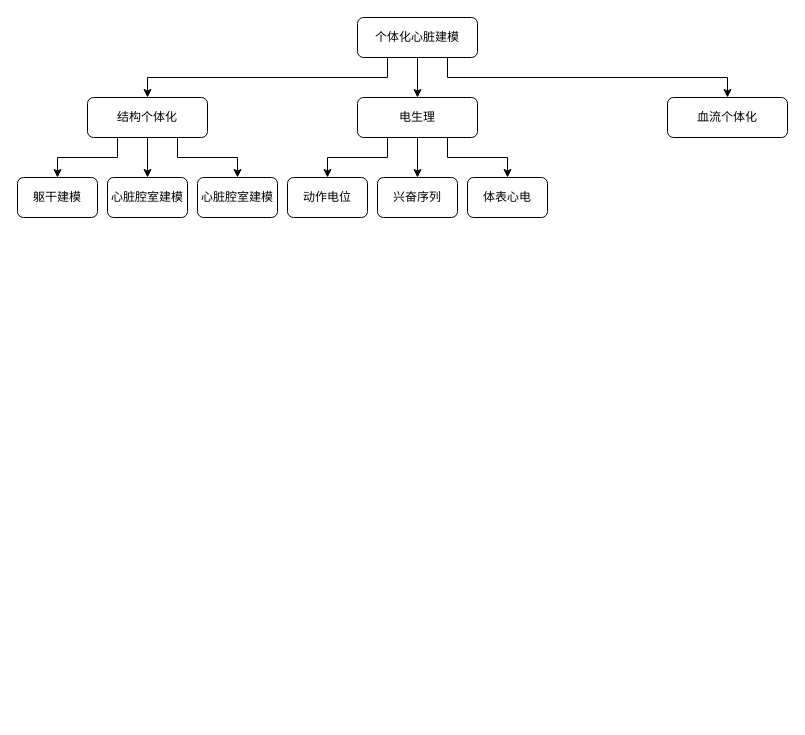
Vingoooo/Individual keeps this draw.io diagram as indi.drawio. Above is the earlier version. Source tidied: cells renumbered, new cells numbered last; positions are measured from the earlier drawing's top-left corner, leaving out a move shared by most shapes. Both pictures are drawn from the tidied source at 100%, with x=0, y=0 at pixel (17, 17).
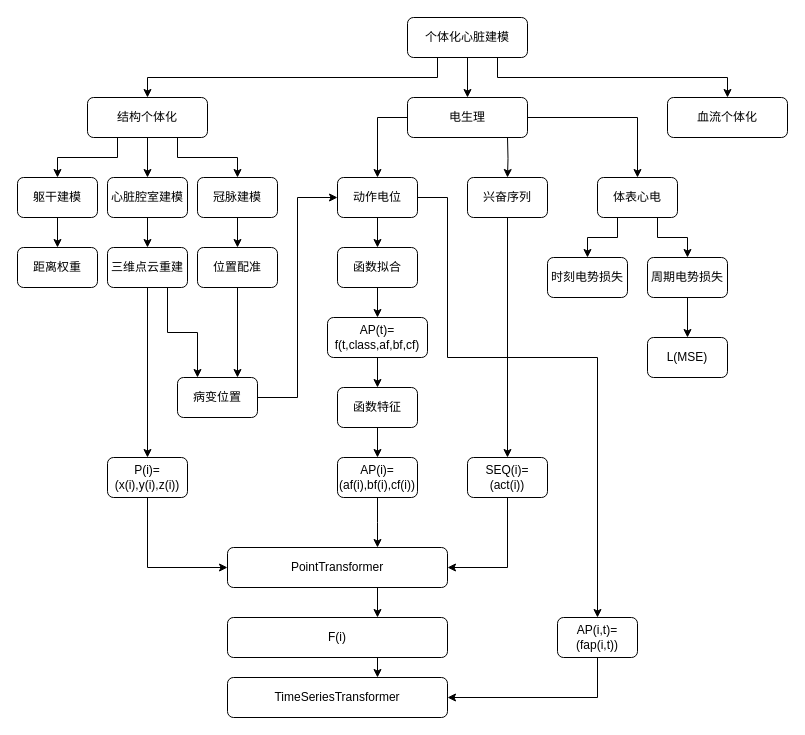
Above is the later version.

Unchanged cells that the change refers to:
```xml
<mxCell id="15" value="躯干建模" style="rounded=1;whiteSpace=wrap;html=1;fontSize=12;glass=0;strokeWidth=1;shadow=0;" parent="1" vertex="1">
  <mxGeometry y="160" width="80" height="40" as="geometry" />
</mxCell>
<mxCell id="16" value="心脏腔室建模" style="rounded=1;whiteSpace=wrap;html=1;fontSize=12;glass=0;strokeWidth=1;shadow=0;" parent="1" vertex="1">
  <mxGeometry x="90" y="160" width="80" height="40" as="geometry" />
</mxCell>
```

What changed in the source:
```diff
@@
     <mxCell id="9" value="个体化心脏建模" style="rounded=1;whiteSpace=wrap;html=1;fontSize=12;glass=0;strokeWidth=1;shadow=0;" parent="1" vertex="1">
-      <mxGeometry x="340" width="120" height="40" as="geometry" />
+      <mxGeometry x="390" width="120" height="40" as="geometry" />
     </mxCell>
-    <mxCell id="10" style="edgeStyle=orthogonalEdgeStyle;rounded=0;jettySize=auto;html=1;exitX=0.25;exitY=1;exitDx=0;exitDy=0;entryX=0.5;entryY=0;entryDx=0;entryDy=0;" parent="1" edge="1" source="13" target="18">
-      <mxGeometry relative="1" as="geometry" />
-    </mxCell>
-    <mxCell id="11" style="edgeStyle=orthogonalEdgeStyle;rounded=0;jettySize=auto;html=1;exitX=0.5;exitY=1;exitDx=0;exitDy=0;entryX=0.5;entryY=0;entryDx=0;entryDy=0;" parent="1" edge="1" source="13" target="19">
-      <mxGeometry relative="1" as="geometry" />
+    <mxCell id="11" style="edgeStyle=orthogonalEdgeStyle;rounded=0;jettySize=auto;html=1;exitX=0.5;exitY=1;exitDx=0;exitDy=0;entryX=0.5;entryY=0;entryDx=0;entryDy=0;" parent="1" edge="1" target="19">
+      <mxGeometry relative="1" as="geometry">
+        <mxPoint x="490" y="120" as="sourcePoint" />
+      </mxGeometry>
     </mxCell>
-    <mxCell id="12" style="edgeStyle=orthogonalEdgeStyle;rounded=0;jettySize=auto;html=1;exitX=0.75;exitY=1;exitDx=0;exitDy=0;" parent="1" edge="1" source="13" target="20">
+    <mxCell id="12" style="edgeStyle=orthogonalEdgeStyle;rounded=0;jettySize=auto;html=1;exitX=1;exitY=0.5;exitDx=0;exitDy=0;" parent="1" edge="1" source="13" target="20">
       <mxGeometry relative="1" as="geometry" />
     </mxCell>
+    <mxCell id="10" style="edgeStyle=orthogonalEdgeStyle;rounded=0;jettySize=auto;html=1;exitX=0;exitY=0.5;exitDx=0;exitDy=0;" parent="1" edge="1" source="13" target="18">
+      <mxGeometry relative="1" as="geometry" />
+    </mxCell>
     <mxCell id="13" value="电生理" style="rounded=1;whiteSpace=wrap;html=1;fontSize=12;glass=0;strokeWidth=1;shadow=0;" parent="1" vertex="1">
-      <mxGeometry x="340" y="80" width="120" height="40" as="geometry" />
+      <mxGeometry x="390" y="80" width="120" height="40" as="geometry" />
     </mxCell>
@@
+    <mxCell id="21" style="edgeStyle=orthogonalEdgeStyle;rounded=0;jettySize=auto;html=1;exitX=0.5;exitY=1;exitDx=0;exitDy=0;entryX=0.5;entryY=0;entryDx=0;entryDy=0;" parent="1" edge="1" source="15" target="59">
+      <mxGeometry relative="1" as="geometry" />
+    </mxCell>
@@
+    <mxCell id="22" style="edgeStyle=orthogonalEdgeStyle;rounded=0;jettySize=auto;html=1;exitX=0.5;exitY=1;exitDx=0;exitDy=0;entryX=0.5;entryY=0;entryDx=0;entryDy=0;" parent="1" edge="1" source="16" target="33">
+      <mxGeometry relative="1" as="geometry" />
+    </mxCell>
@@
+    <mxCell id="23" style="edgeStyle=orthogonalEdgeStyle;rounded=0;jettySize=auto;html=1;exitX=0.5;exitY=1;exitDx=0;exitDy=0;entryX=0.5;entryY=0;entryDx=0;entryDy=0;" parent="1" edge="1" source="17" target="56">
+      <mxGeometry relative="1" as="geometry" />
+    </mxCell>
-    <mxCell id="17" value="心脏腔室建模" style="rounded=1;whiteSpace=wrap;html=1;fontSize=12;glass=0;strokeWidth=1;shadow=0;" parent="1" vertex="1">
+    <mxCell id="17" value="冠脉建模" style="rounded=1;whiteSpace=wrap;html=1;fontSize=12;glass=0;strokeWidth=1;shadow=0;" parent="1" vertex="1">
       <mxGeometry x="180" y="160" width="80" height="40" as="geometry" />
     </mxCell>
+    <mxCell id="24" style="edgeStyle=orthogonalEdgeStyle;rounded=0;jettySize=auto;html=1;exitX=0.5;exitY=1;exitDx=0;exitDy=0;entryX=0.5;entryY=0;entryDx=0;entryDy=0;" parent="1" edge="1" source="18" target="30">
+      <mxGeometry relative="1" as="geometry" />
+    </mxCell>
+    <mxCell id="25" style="edgeStyle=orthogonalEdgeStyle;rounded=0;jettySize=auto;html=1;exitX=1;exitY=0.5;exitDx=0;exitDy=0;entryX=0.5;entryY=0;entryDx=0;entryDy=0;" parent="1" edge="1" source="18" target="49">
+      <mxGeometry relative="1" as="geometry">
+        <Array as="points">
+          <mxPoint x="430" y="180" />
+          <mxPoint x="430" y="340" />
+          <mxPoint x="580" y="340" />
+        </Array>
+      </mxGeometry>
+    </mxCell>
     <mxCell id="18" value="动作电位" style="rounded=1;whiteSpace=wrap;html=1;fontSize=12;glass=0;strokeWidth=1;shadow=0;" parent="1" vertex="1">
-      <mxGeometry x="270" y="160" width="80" height="40" as="geometry" />
+      <mxGeometry x="320" y="160" width="80" height="40" as="geometry" />
     </mxCell>
+    <mxCell id="26" style="edgeStyle=orthogonalEdgeStyle;rounded=0;jettySize=auto;html=1;exitX=0.5;exitY=1;exitDx=0;exitDy=0;entryX=0.5;entryY=0;entryDx=0;entryDy=0;" parent="1" edge="1" source="19" target="37">
+      <mxGeometry relative="1" as="geometry" />
+    </mxCell>
     <mxCell id="19" value="兴奋序列" style="rounded=1;whiteSpace=wrap;html=1;fontSize=12;glass=0;strokeWidth=1;shadow=0;" parent="1" vertex="1">
-      <mxGeometry x="360" y="160" width="80" height="40" as="geometry" />
+      <mxGeometry x="450" y="160" width="80" height="40" as="geometry" />
     </mxCell>
+    <mxCell id="27" style="edgeStyle=orthogonalEdgeStyle;rounded=0;jettySize=auto;html=1;exitX=0.25;exitY=1;exitDx=0;exitDy=0;entryX=0.5;entryY=0;entryDx=0;entryDy=0;" parent="1" edge="1" source="20" target="44">
+      <mxGeometry relative="1" as="geometry" />
+    </mxCell>
+    <mxCell id="28" style="edgeStyle=orthogonalEdgeStyle;rounded=0;jettySize=auto;html=1;exitX=0.75;exitY=1;exitDx=0;exitDy=0;" parent="1" edge="1" source="20" target="46">
+      <mxGeometry relative="1" as="geometry" />
+    </mxCell>
     <mxCell id="20" value="体表心电" style="rounded=1;whiteSpace=wrap;html=1;fontSize=12;glass=0;strokeWidth=1;shadow=0;" parent="1" vertex="1">
-      <mxGeometry x="450" y="160" width="80" height="40" as="geometry" />
+      <mxGeometry x="580" y="160" width="80" height="40" as="geometry" />
     </mxCell>
+    <mxCell id="29" style="edgeStyle=orthogonalEdgeStyle;rounded=0;jettySize=auto;html=1;exitX=0.5;exitY=1;exitDx=0;exitDy=0;entryX=0.5;entryY=0;entryDx=0;entryDy=0;" parent="1" edge="1" source="30">
+      <mxGeometry relative="1" as="geometry">
+        <mxPoint x="360" y="300" as="targetPoint" />
+      </mxGeometry>
+    </mxCell>
+    <mxCell id="30" value="函数拟合" style="rounded=1;whiteSpace=wrap;html=1;fontSize=12;glass=0;strokeWidth=1;shadow=0;" parent="1" vertex="1">
+      <mxGeometry x="320" y="230" width="80" height="40" as="geometry" />
+    </mxCell>
+    <mxCell id="31" style="edgeStyle=orthogonalEdgeStyle;rounded=0;jettySize=auto;html=1;exitX=0.5;exitY=1;exitDx=0;exitDy=0;entryX=0.5;entryY=0;entryDx=0;entryDy=0;" parent="1" edge="1" source="33" target="39">
+      <mxGeometry relative="1" as="geometry" />
+    </mxCell>
+    <mxCell id="32" style="edgeStyle=orthogonalEdgeStyle;rounded=0;jettySize=auto;html=1;exitX=0.75;exitY=1;exitDx=0;exitDy=0;entryX=0.25;entryY=0;entryDx=0;entryDy=0;" parent="1" edge="1" source="33" target="58">
+      <mxGeometry relative="1" as="geometry" />
+    </mxCell>
+    <mxCell id="33" value="三维点云重建" style="rounded=1;whiteSpace=wrap;html=1;fontSize=12;glass=0;strokeWidth=1;shadow=0;" parent="1" vertex="1">
+      <mxGeometry x="90" y="230" width="80" height="40" as="geometry" />
+    </mxCell>
+    <mxCell id="34" style="edgeStyle=orthogonalEdgeStyle;rounded=0;jettySize=auto;html=1;exitX=0.5;exitY=1;exitDx=0;exitDy=0;entryX=0.5;entryY=0;entryDx=0;entryDy=0;" parent="1" edge="1" target="41">
+      <mxGeometry relative="1" as="geometry">
+        <mxPoint x="360" y="340" as="sourcePoint" />
+      </mxGeometry>
+    </mxCell>
+    <mxCell id="35" value="AP(t)=&lt;div&gt;f(t,class,af,bf,cf)&lt;/div&gt;" style="rounded=1;whiteSpace=wrap;html=1;fontSize=12;glass=0;strokeWidth=1;shadow=0;" parent="1" vertex="1">
+      <mxGeometry x="310" y="300" width="100" height="40" as="geometry" />
+    </mxCell>
+    <mxCell id="36" style="edgeStyle=orthogonalEdgeStyle;rounded=0;jettySize=auto;html=1;exitX=0.5;exitY=1;exitDx=0;exitDy=0;entryX=1;entryY=0.5;entryDx=0;entryDy=0;" parent="1" edge="1" source="37" target="51">
+      <mxGeometry relative="1" as="geometry" />
+    </mxCell>
+    <mxCell id="37" value="SEQ(i)=&lt;div&gt;(act(i))&lt;/div&gt;" style="rounded=1;whiteSpace=wrap;html=1;fontSize=12;glass=0;strokeWidth=1;shadow=0;" parent="1" vertex="1">
+      <mxGeometry x="450" y="440" width="80" height="40" as="geometry" />
+    </mxCell>
+    <mxCell id="38" style="edgeStyle=orthogonalEdgeStyle;rounded=0;jettySize=auto;html=1;exitX=0.5;exitY=1;exitDx=0;exitDy=0;entryX=0;entryY=0.5;entryDx=0;entryDy=0;" parent="1" edge="1" source="39" target="51">
+      <mxGeometry relative="1" as="geometry">
+        <Array as="points">
+          <mxPoint x="130" y="550" />
+        </Array>
+      </mxGeometry>
+    </mxCell>
+    <mxCell id="39" value="P(i)=&lt;div&gt;(x(i),y(i),z(i))&lt;/div&gt;" style="rounded=1;whiteSpace=wrap;html=1;fontSize=12;glass=0;strokeWidth=1;shadow=0;" parent="1" vertex="1">
+      <mxGeometry x="90" y="440" width="80" height="40" as="geometry" />
+    </mxCell>
+    <mxCell id="40" style="edgeStyle=orthogonalEdgeStyle;rounded=0;jettySize=auto;html=1;exitX=0.5;exitY=1;exitDx=0;exitDy=0;" parent="1" edge="1" source="41" target="43">
+      <mxGeometry relative="1" as="geometry" />
+    </mxCell>
+    <mxCell id="41" value="函数特征" style="rounded=1;whiteSpace=wrap;html=1;fontSize=12;glass=0;strokeWidth=1;shadow=0;" parent="1" vertex="1">
+      <mxGeometry x="320" y="370" width="80" height="40" as="geometry" />
+    </mxCell>
+    <mxCell id="42" style="edgeStyle=orthogonalEdgeStyle;rounded=0;jettySize=auto;html=1;exitX=0.5;exitY=1;exitDx=0;exitDy=0;entryX=0.5;entryY=0;entryDx=0;entryDy=0;" parent="1" edge="1" source="43">
+      <mxGeometry relative="1" as="geometry">
+        <mxPoint x="360" y="530" as="targetPoint" />
+      </mxGeometry>
+    </mxCell>
+    <mxCell id="43" value="AP(i)=&lt;div&gt;(af(i),bf(i),cf(i))&lt;/div&gt;" style="rounded=1;whiteSpace=wrap;html=1;fontSize=12;glass=0;strokeWidth=1;shadow=0;" parent="1" vertex="1">
+      <mxGeometry x="320" y="440" width="80" height="40" as="geometry" />
+    </mxCell>
+    <mxCell id="44" value="时刻电势损失" style="rounded=1;whiteSpace=wrap;html=1;fontSize=12;glass=0;strokeWidth=1;shadow=0;" parent="1" vertex="1">
+      <mxGeometry x="530" y="240" width="80" height="40" as="geometry" />
+    </mxCell>
+    <mxCell id="45" style="edgeStyle=orthogonalEdgeStyle;rounded=0;jettySize=auto;html=1;exitX=0.5;exitY=1;exitDx=0;exitDy=0;" parent="1" edge="1" source="46" target="47">
+      <mxGeometry relative="1" as="geometry" />
+    </mxCell>
+    <mxCell id="46" value="周期电势损失" style="rounded=1;whiteSpace=wrap;html=1;fontSize=12;glass=0;strokeWidth=1;shadow=0;" parent="1" vertex="1">
+      <mxGeometry x="630" y="240" width="80" height="40" as="geometry" />
+    </mxCell>
+    <mxCell id="47" value="L(MSE)" style="rounded=1;whiteSpace=wrap;html=1;fontSize=12;glass=0;strokeWidth=1;shadow=0;" parent="1" vertex="1">
+      <mxGeometry x="630" y="320" width="80" height="40" as="geometry" />
+    </mxCell>
+    <mxCell id="48" style="edgeStyle=orthogonalEdgeStyle;rounded=0;jettySize=auto;html=1;exitX=0.5;exitY=1;exitDx=0;exitDy=0;entryX=1;entryY=0.5;entryDx=0;entryDy=0;" parent="1" edge="1" source="49" target="52">
+      <mxGeometry relative="1" as="geometry">
+        <Array as="points">
+          <mxPoint x="580" y="680" />
+        </Array>
+      </mxGeometry>
+    </mxCell>
+    <mxCell id="49" value="AP(i,t)=&lt;div&gt;(fap(i,t))&lt;/div&gt;" style="rounded=1;whiteSpace=wrap;html=1;fontSize=12;glass=0;strokeWidth=1;shadow=0;" parent="1" vertex="1">
+      <mxGeometry x="540" y="600" width="80" height="40" as="geometry" />
+    </mxCell>
+    <mxCell id="50" style="edgeStyle=orthogonalEdgeStyle;rounded=0;orthogonalLoop=1;jettySize=auto;html=1;exitX=0.5;exitY=1;exitDx=0;exitDy=0;entryX=0.5;entryY=0;entryDx=0;entryDy=0;" parent="1" edge="1">
+      <mxGeometry relative="1" as="geometry">
+        <mxPoint x="360" y="570" as="sourcePoint" />
+        <mxPoint x="360" y="600" as="targetPoint" />
+      </mxGeometry>
+    </mxCell>
+    <mxCell id="51" value="PointTransformer" style="rounded=1;whiteSpace=wrap;html=1;fontSize=12;glass=0;strokeWidth=1;shadow=0;" parent="1" vertex="1">
+      <mxGeometry x="210" y="530" width="220" height="40" as="geometry" />
+    </mxCell>
+    <mxCell id="52" value="TimeSeriesTransformer" style="rounded=1;whiteSpace=wrap;html=1;fontSize=12;glass=0;strokeWidth=1;shadow=0;" parent="1" vertex="1">
+      <mxGeometry x="210" y="660" width="220" height="40" as="geometry" />
+    </mxCell>
+    <mxCell id="53" style="edgeStyle=orthogonalEdgeStyle;rounded=0;orthogonalLoop=1;jettySize=auto;html=1;exitX=0.5;exitY=1;exitDx=0;exitDy=0;entryX=0.5;entryY=0;entryDx=0;entryDy=0;" parent="1" edge="1">
+      <mxGeometry relative="1" as="geometry">
+        <mxPoint x="360" y="640" as="sourcePoint" />
+        <mxPoint x="360" y="660" as="targetPoint" />
+      </mxGeometry>
+    </mxCell>
+    <mxCell id="54" value="F(i)" style="rounded=1;whiteSpace=wrap;html=1;fontSize=12;glass=0;strokeWidth=1;shadow=0;" parent="1" vertex="1">
+      <mxGeometry x="210" y="600" width="220" height="40" as="geometry" />
+    </mxCell>
+    <mxCell id="55" style="edgeStyle=orthogonalEdgeStyle;rounded=0;jettySize=auto;html=1;exitX=0.5;exitY=1;exitDx=0;exitDy=0;entryX=0.75;entryY=0;entryDx=0;entryDy=0;" parent="1" edge="1" source="56" target="58">
+      <mxGeometry relative="1" as="geometry" />
+    </mxCell>
+    <mxCell id="56" value="位置配准" style="rounded=1;whiteSpace=wrap;html=1;fontSize=12;glass=0;strokeWidth=1;shadow=0;" parent="1" vertex="1">
+      <mxGeometry x="180" y="230" width="80" height="40" as="geometry" />
+    </mxCell>
+    <mxCell id="57" style="edgeStyle=orthogonalEdgeStyle;rounded=0;jettySize=auto;html=1;exitX=1;exitY=0.5;exitDx=0;exitDy=0;entryX=0;entryY=0.5;entryDx=0;entryDy=0;" parent="1" edge="1" source="58" target="18">
+      <mxGeometry relative="1" as="geometry">
+        <Array as="points">
+          <mxPoint x="280" y="380" />
+          <mxPoint x="280" y="180" />
+        </Array>
+      </mxGeometry>
+    </mxCell>
+    <mxCell id="58" value="病变位置" style="rounded=1;whiteSpace=wrap;html=1;fontSize=12;glass=0;strokeWidth=1;shadow=0;" parent="1" vertex="1">
+      <mxGeometry x="160" y="360" width="80" height="40" as="geometry" />
+    </mxCell>
+    <mxCell id="59" value="距离权重" style="rounded=1;whiteSpace=wrap;html=1;fontSize=12;glass=0;strokeWidth=1;shadow=0;" parent="1" vertex="1">
+      <mxGeometry y="230" width="80" height="40" as="geometry" />
+    </mxCell>
```
